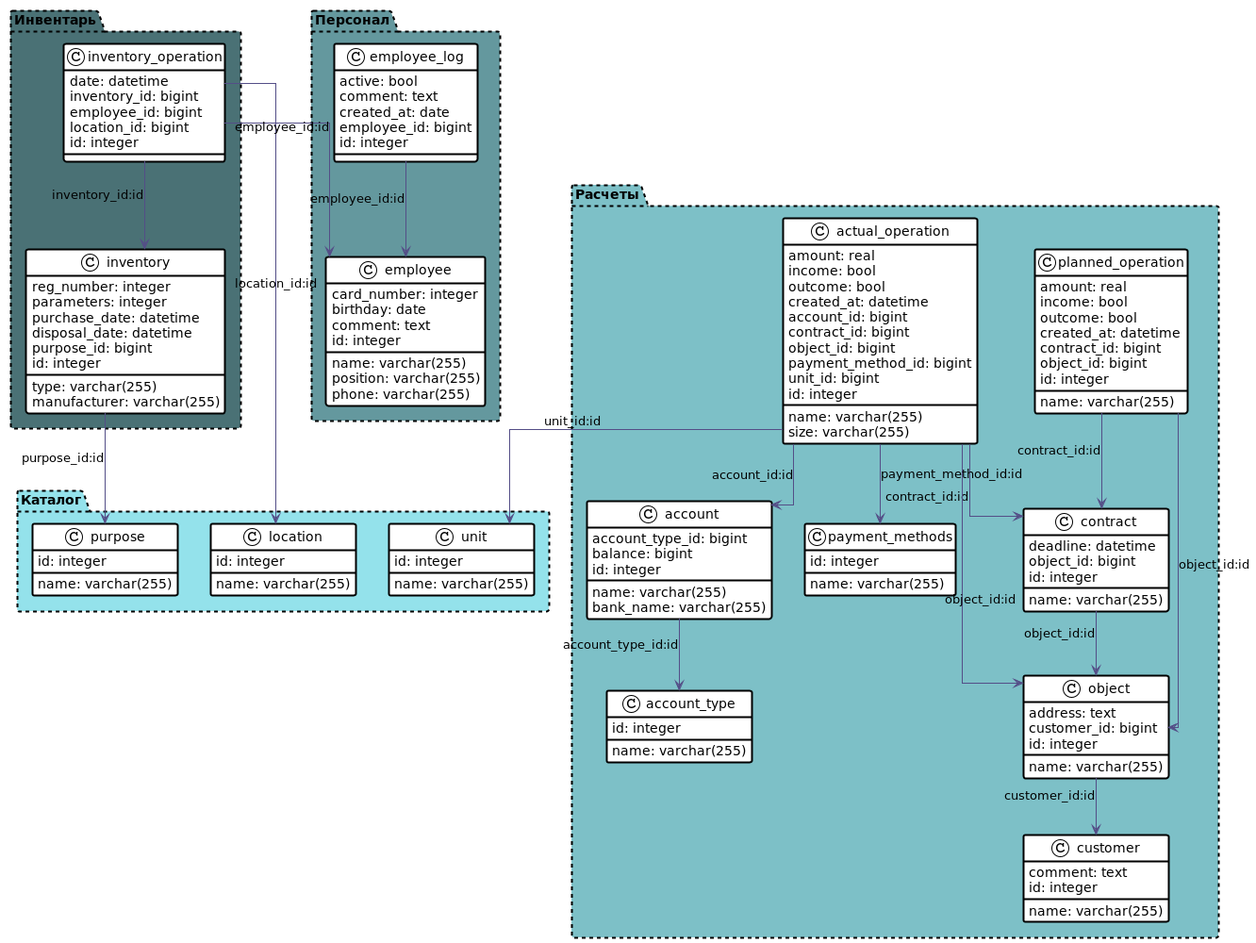
Above: project/sources/images/db.png in ContinentalGuy/otus-arch (PlantUML), before the change.
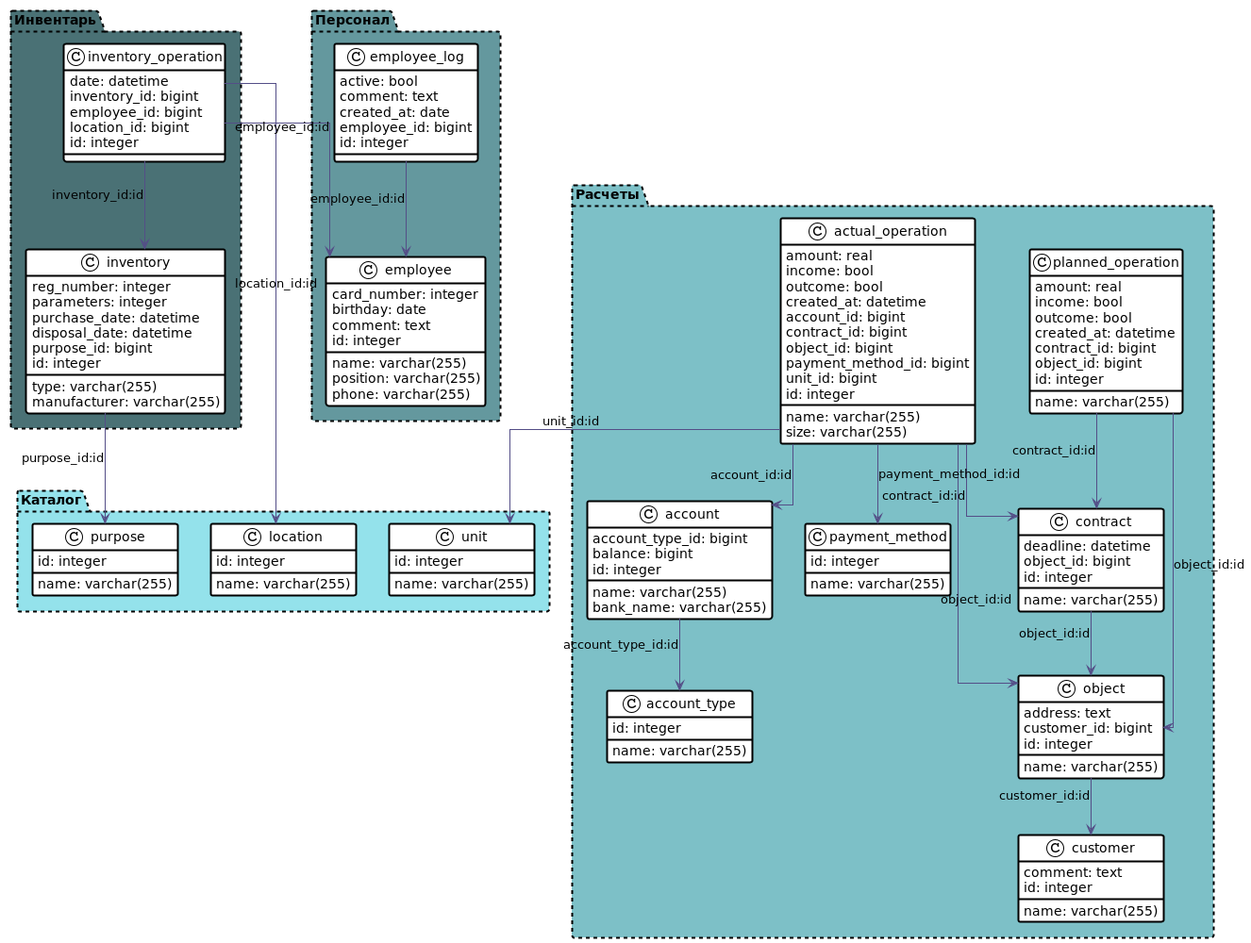
Above is the later version.

Commit message:
[project]: upd naming

The edit, as a diff of the source:
```diff
@@ -88,7 +88,7 @@
     comment: text
     id: integer
     }
-    class payment_methods {
+    class payment_method {
     name: varchar(255)
     id: integer
     }
@@ -138,7 +138,7 @@
 actual_operation   -[$color6,$style1]->  account           : "account_id:id"
 actual_operation   -[$color6,$style1]->  contract          : "contract_id:id"
 actual_operation   -[$color6,$style1]->  object            : "object_id:id"
-actual_operation   -[$color6,$style1]->  payment_methods   : "payment_method_id:id"
+actual_operation   -[$color6,$style1]->  payment_method   : "payment_method_id:id"
 contract           -[$color6,$style1]->  object            : "object_id:id"
 employee_log       -[$color6,$style1]->  employee          : "employee_id:id"
 object             -[$color6,$style1]->  customer          : "customer_id:id"
```
